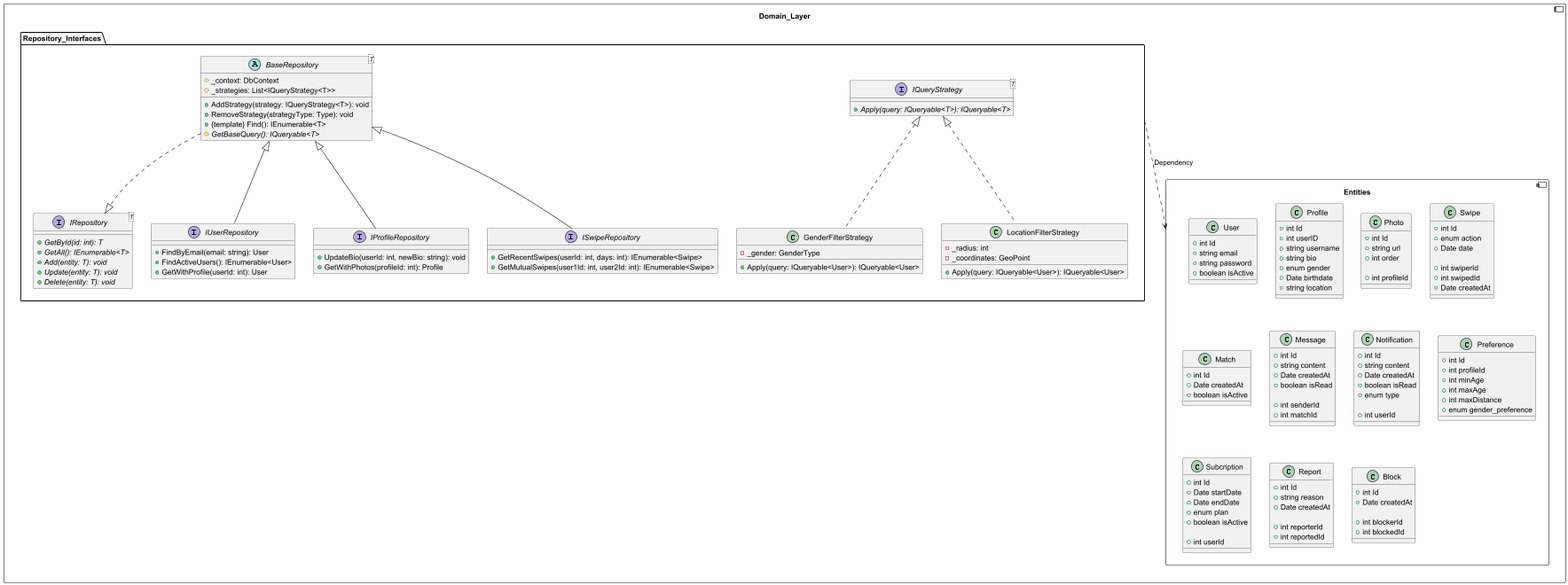
Earlier version of the PlantUML export docs/imgs/domain_layer.png (tammysensitive2312/Tinder-Dating-App-_IT4409). Source of this version:
```plantuml
@startuml domain_layer
component Domain_Layer {
    component Entities {
        class User {
            +int Id
            +string email
            +string password
            +boolean isActive
        }
        class Profile {
            +int Id
            +int userID
            +string username
            +string bio
            +enum gender
            +Date birthdate
            +string location
            }
        class Photo {
            +int Id
            +string url
            +int order

            +int profileId
        }

        class Swipe {
            +int Id
            +enum action
            +Date date

            +int swiperId
            +int swipedId
            +Date createdAt
        }
        class Match {
            +int Id
            +Date createdAt
            +boolean isActive
        }
        class Message {
            +int Id
            +string content
            +Date createdAt
            +boolean isRead

            +int senderId
            +int matchId
        }
        class Notification {
            +int Id
            +string content
            +Date createdAt
            +boolean isRead
            +enum type

            +int userId
        }
        class Preference {
            +int Id
            +int profileId
            +int minAge
            +int maxAge
            +int maxDistance
            +enum gender_preference
        }
        class Subcription {
            +int Id
            +Date startDate
            +Date endDate
            +enum plan
            +boolean isActive

            +int userId
        }
        class Report {
            +int Id
            +string reason
            +Date createdAt

            +int reporterId
            +int reportedId
        }
        class Block {
            +int Id
            +Date createdAt

            +int blockerId
            +int blockedId
        }
    }
    package Repository_Interfaces {
        interface IRepository<T> {
            + {abstract} GetById(id: int): T
            + {abstract} GetAll(): IEnumerable<T>
            + {abstract} Add(entity: T): void
            + {abstract} Update(entity: T): void
            + {abstract} Delete(entity: T): void
        }

        interface IQueryStrategy<T> {
            + {abstract} Apply(query: IQueryable<T>): IQueryable<T>
        }

        abstract class BaseRepository<T> {
            # _context: DbContext
            # _strategies: List<IQueryStrategy<T>>
            + AddStrategy(strategy: IQueryStrategy<T>): void
            + RemoveStrategy(strategyType: Type): void
            + {template} Find(): IEnumerable<T>
            # {abstract} GetBaseQuery(): IQueryable<T>
        }

        interface IUserRepository extends BaseRepository<User> {
            + FindByEmail(email: string): User
            + FindActiveUsers(): IEnumerable<User>
            + GetWithProfile(userId: int): User
        }

        interface IProfileRepository extends BaseRepository<Profile> {
            + UpdateBio(userId: int, newBio: string): void
            + GetWithPhotos(profileId: int): Profile
        }

        interface ISwipeRepository extends BaseRepository<Swipe> {
            + GetRecentSwipes(userId: int, days: int): IEnumerable<Swipe>
            + GetMutualSwipes(user1Id: int, user2Id: int): IEnumerable<Swipe>
        }

        class GenderFilterStrategy implements IQueryStrategy<User> {
            - _gender: GenderType
            + Apply(query: IQueryable<User>): IQueryable<User>
        }

        class LocationFilterStrategy implements IQueryStrategy<User> {
            - _radius: int
            - _coordinates: GeoPoint
            + Apply(query: IQueryable<User>): IQueryable<User>
        }
    }

    Repository_Interfaces ..> Entities : Dependency
    BaseRepository ..|> IRepository
}
@enduml
```
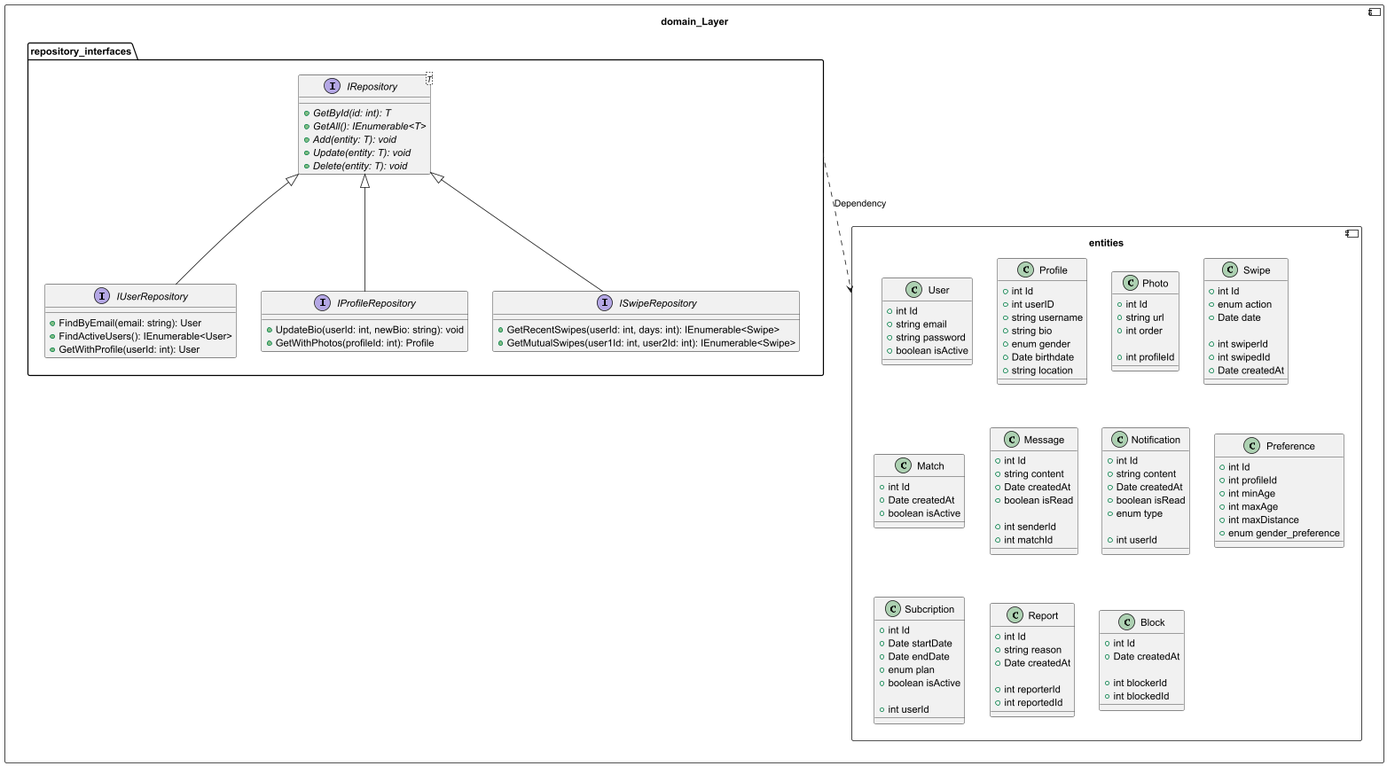
The same file after the commit.

What changed in the source:
```diff
@@ -1,6 +1,6 @@
 @startuml domain_layer
-component Domain_Layer {
-    component Entities {
+component domain_Layer {
+    component entities {
         class User {
             +int Id
             +string email
@@ -89,7 +89,7 @@
             +int blockedId
         }
     }
-    package Repository_Interfaces {
+    package repository_interfaces {
         interface IRepository<T> {
             + {abstract} GetById(id: int): T
             + {abstract} GetAll(): IEnumerable<T>
@@ -98,48 +98,23 @@
             + {abstract} Delete(entity: T): void
         }
 
-        interface IQueryStrategy<T> {
-            + {abstract} Apply(query: IQueryable<T>): IQueryable<T>
-        }
-
-        abstract class BaseRepository<T> {
-            # _context: DbContext
-            # _strategies: List<IQueryStrategy<T>>
-            + AddStrategy(strategy: IQueryStrategy<T>): void
-            + RemoveStrategy(strategyType: Type): void
-            + {template} Find(): IEnumerable<T>
-            # {abstract} GetBaseQuery(): IQueryable<T>
-        }
-
-        interface IUserRepository extends BaseRepository<User> {
+        interface IUserRepository extends IRepository<User> {
             + FindByEmail(email: string): User
             + FindActiveUsers(): IEnumerable<User>
             + GetWithProfile(userId: int): User
         }
 
-        interface IProfileRepository extends BaseRepository<Profile> {
+        interface IProfileRepository extends IRepository<Profile> {
             + UpdateBio(userId: int, newBio: string): void
             + GetWithPhotos(profileId: int): Profile
         }
 
-        interface ISwipeRepository extends BaseRepository<Swipe> {
+        interface ISwipeRepository extends IRepository<Swipe> {
             + GetRecentSwipes(userId: int, days: int): IEnumerable<Swipe>
             + GetMutualSwipes(user1Id: int, user2Id: int): IEnumerable<Swipe>
         }
-
-        class GenderFilterStrategy implements IQueryStrategy<User> {
-            - _gender: GenderType
-            + Apply(query: IQueryable<User>): IQueryable<User>
-        }
-
-        class LocationFilterStrategy implements IQueryStrategy<User> {
-            - _radius: int
-            - _coordinates: GeoPoint
-            + Apply(query: IQueryable<User>): IQueryable<User>
-        }
     }
 
-    Repository_Interfaces ..> Entities : Dependency
-    BaseRepository ..|> IRepository
+    repository_interfaces ..> entities : Dependency
 }
 @enduml
```
